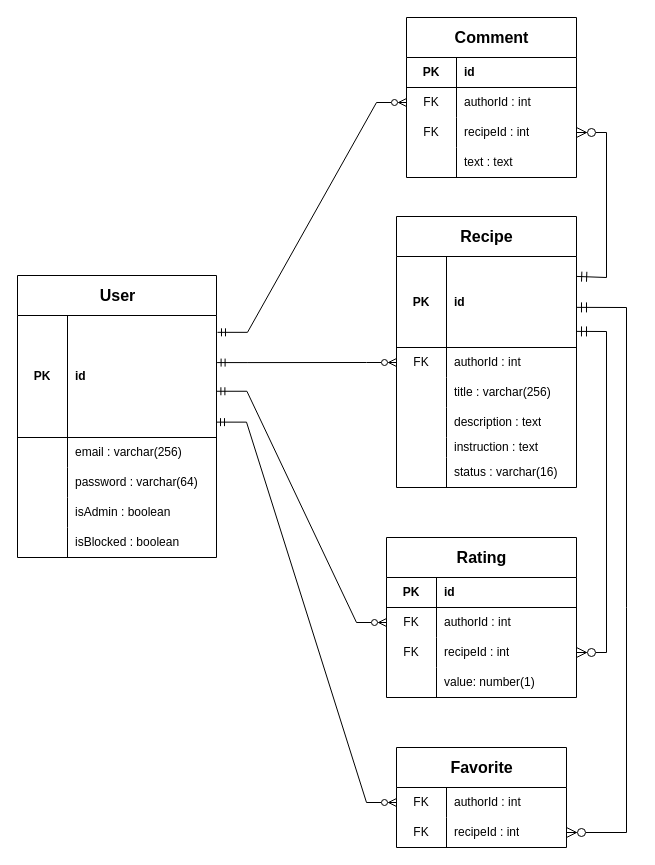
This is docs/ER-diagram/ER-diagram — Web Gastronomy.drawio from BullDigga/web-gastronomy, a draw.io file, before an edit. Source tidied: cells renumbered, new cells numbered last; positions are measured from the earlier drawing's top-left corner, leaving out a move shared by most shapes. Both pictures are drawn from the tidied source at 100%, with x=0, y=0 at pixel (17, 17).
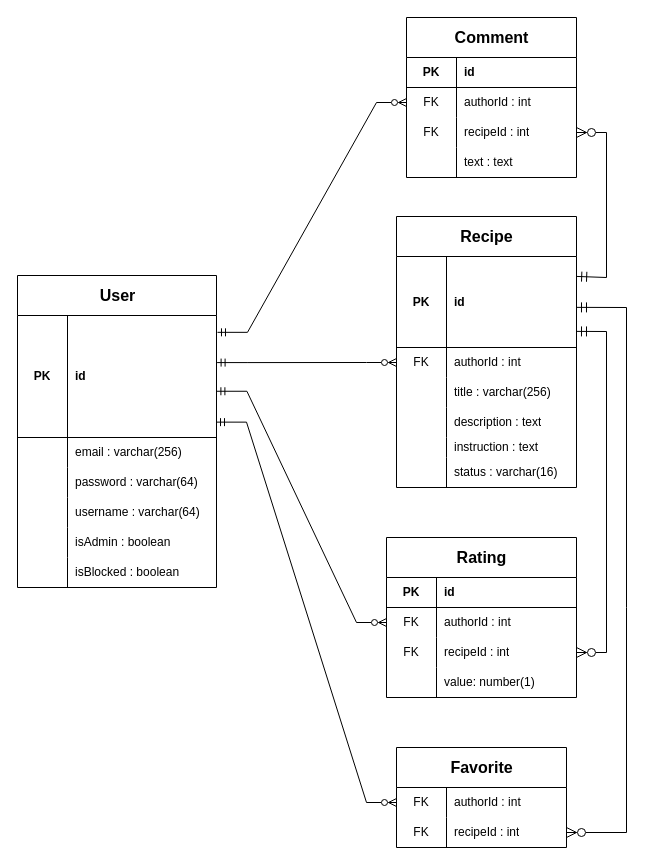
After the change.

Commit message (it also covers changes not shown here):
В ER-диаграмму у User добавлено поле «username»

The edit, as a diff of the source:
```diff
@@
     <mxCell id="2" value="User" style="shape=table;startSize=40;childLayout=tableLayout;rowLines=0;fontStyle=1;align=center;html=1;fontSize=16;" parent="1" vertex="1">
-      <mxGeometry y="258" width="199" height="282" as="geometry" />
+      <mxGeometry y="258" width="199" height="312" as="geometry" />
     </mxCell>
@@
+    <mxCell id="77" style="shape=tableRow;horizontal=0;startSize=0;swimlaneHead=0;swimlaneBody=0;fillColor=none;top=0;left=0;right=0;bottom=0;" parent="2" vertex="1">
+      <mxGeometry y="222" width="199" height="30" as="geometry" />
+    </mxCell>
+    <mxCell id="78" style="shape=partialRectangle;fillColor=none;top=0;left=0;bottom=0;right=0;overflow=hidden;whiteSpace=wrap;html=1;" parent="77" vertex="1">
+      <mxGeometry width="50" height="30" as="geometry" />
+    </mxCell>
+    <mxCell id="79" value="username : varchar(64)" style="shape=partialRectangle;fillColor=none;top=0;left=0;bottom=0;right=0;align=left;spacingLeft=6;overflow=hidden;whiteSpace=wrap;html=1;" parent="77" vertex="1">
+      <mxGeometry x="50" width="149" height="30" as="geometry" />
+    </mxCell>
     <mxCell id="12" style="shape=tableRow;horizontal=0;startSize=0;swimlaneHead=0;swimlaneBody=0;fillColor=none;top=0;left=0;right=0;bottom=0;" parent="2" vertex="1">
-      <mxGeometry y="222" width="199" height="30" as="geometry" />
+      <mxGeometry y="252" width="199" height="30" as="geometry" />
     </mxCell>
@@
     <mxCell id="15" style="shape=tableRow;horizontal=0;startSize=0;swimlaneHead=0;swimlaneBody=0;fillColor=none;top=0;left=0;right=0;bottom=0;" parent="2" vertex="1">
-      <mxGeometry y="252" width="199" height="30" as="geometry" />
+      <mxGeometry y="282" width="199" height="30" as="geometry" />
     </mxCell>
```
